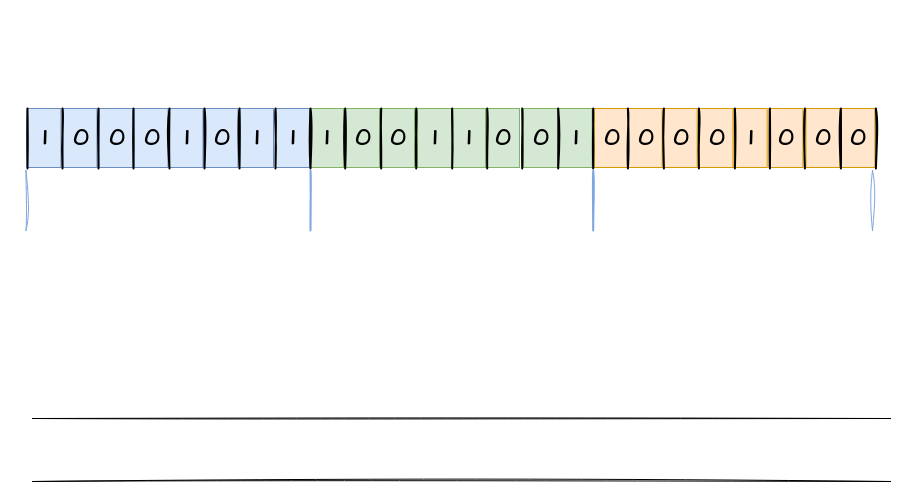
bitvcat/graphs keeps this draw.io diagram as draw.io/mov-instruction.drawio. Above is the earlier version. Source tidied: cells renumbered, new cells numbered last; positions are measured from the earlier drawing's top-left corner, leaving out a move shared by most shapes. Both pictures are drawn from the tidied source at 100%, with x=0, y=0 at pixel (22, 108).
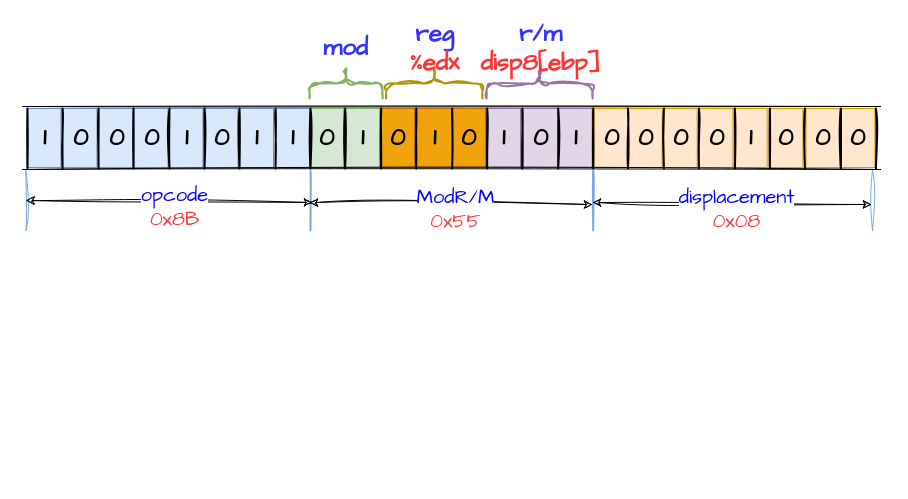
The same diagram, later.

The change refers to these unchanged cells:
```xml
<mxCell id="52" style="shape=partialRectangle;whiteSpace=wrap;html=1;bottom=0;top=0;fillColor=none;sketch=1;hachureGap=4;jiggle=2;fontFamily=Architects Daughter;fontSize=20;strokeColor=#7EA6E0;" parent="1" vertex="1">
  <mxGeometry x="3.5" y="62" width="846.5" height="60" as="geometry" />
</mxCell>
<mxCell id="53" style="line;strokeWidth=2;direction=south;html=1;sketch=1;rounded=0;strokeColor=#7EA6E0;" parent="1" vertex="1">
  <mxGeometry x="283" y="62" width="10" height="60" as="geometry" />
</mxCell>
```

Change to the diagram source:
```diff
@@
-    <mxCell id="10" value="1" style="text;strokeColor=#82b366;fillColor=#d5e8d4;html=1;fontSize=24;fontStyle=1;verticalAlign=middle;align=center;sketch=0;hachureGap=4;jiggle=2;fontFamily=Architects Daughter;" parent="1" vertex="1">
+    <mxCell id="10" value="1" style="text;strokeColor=#9673a6;fillColor=#e1d5e7;html=1;fontSize=24;fontStyle=1;verticalAlign=middle;align=center;sketch=0;hachureGap=4;jiggle=2;fontFamily=Architects Daughter;" parent="1" vertex="1">
       <mxGeometry x="535.7" width="34" height="59" as="geometry" />
     </mxCell>
-    <mxCell id="11" value="0" style="text;strokeColor=#82b366;fillColor=#d5e8d4;html=1;fontSize=24;fontStyle=1;verticalAlign=middle;align=center;sketch=0;hachureGap=4;jiggle=2;fontFamily=Architects Daughter;" parent="1" vertex="1">
+    <mxCell id="11" value="0" style="text;strokeColor=#9673a6;fillColor=#e1d5e7;html=1;fontSize=24;fontStyle=1;verticalAlign=middle;align=center;sketch=0;hachureGap=4;jiggle=2;fontFamily=Architects Daughter;" parent="1" vertex="1">
       <mxGeometry x="501" width="34" height="59" as="geometry" />
     </mxCell>
-    <mxCell id="12" value="0" style="text;strokeColor=#82b366;fillColor=#d5e8d4;html=1;fontSize=24;fontStyle=1;verticalAlign=middle;align=center;sketch=0;hachureGap=4;jiggle=2;fontFamily=Architects Daughter;" parent="1" vertex="1">
-      <mxGeometry x="463" width="34" height="59" as="geometry" />
+    <mxCell id="12" value="1" style="text;strokeColor=#9673a6;fillColor=#e1d5e7;html=1;fontSize=24;fontStyle=1;verticalAlign=middle;align=center;sketch=0;hachureGap=4;jiggle=2;fontFamily=Architects Daughter;" parent="1" vertex="1">
+      <mxGeometry x="464" width="34" height="59" as="geometry" />
     </mxCell>
-    <mxCell id="13" value="1" style="text;strokeColor=#82b366;fillColor=#d5e8d4;html=1;fontSize=24;fontStyle=1;verticalAlign=middle;align=center;sketch=0;hachureGap=4;jiggle=2;fontFamily=Architects Daughter;" parent="1" vertex="1">
+    <mxCell id="13" value="0" style="text;strokeColor=#BD7000;fillColor=#f0a30a;html=1;fontSize=24;fontStyle=1;verticalAlign=middle;align=center;sketch=0;hachureGap=4;jiggle=2;fontFamily=Architects Daughter;fontColor=#000000;" parent="1" vertex="1">
       <mxGeometry x="429" width="34" height="59" as="geometry" />
     </mxCell>
-    <mxCell id="14" value="0" style="text;strokeColor=#82b366;fillColor=#d5e8d4;html=1;fontSize=24;fontStyle=1;verticalAlign=middle;align=center;sketch=0;hachureGap=4;jiggle=2;fontFamily=Architects Daughter;" parent="1" vertex="1">
+    <mxCell id="14" value="0" style="text;strokeColor=#BD7000;fillColor=#f0a30a;html=1;fontSize=24;fontStyle=1;verticalAlign=middle;align=center;sketch=0;hachureGap=4;jiggle=2;fontFamily=Architects Daughter;fontColor=#000000;" parent="1" vertex="1">
       <mxGeometry x="358" width="34" height="59" as="geometry" />
     </mxCell>
-    <mxCell id="15" value="1" style="text;strokeColor=#82b366;fillColor=#d5e8d4;html=1;fontSize=24;fontStyle=1;verticalAlign=middle;align=center;sketch=0;hachureGap=4;jiggle=2;fontFamily=Architects Daughter;" parent="1" vertex="1">
-      <mxGeometry x="395" width="34" height="59" as="geometry" />
+    <mxCell id="15" value="1" style="text;strokeColor=#BD7000;fillColor=#f0a30a;html=1;fontSize=24;fontStyle=1;verticalAlign=middle;align=center;sketch=0;hachureGap=4;jiggle=2;fontFamily=Architects Daughter;fontColor=#000000;" parent="1" vertex="1">
+      <mxGeometry x="394" width="36" height="59" as="geometry" />
     </mxCell>
-    <mxCell id="16" value="0" style="text;strokeColor=#82b366;fillColor=#d5e8d4;html=1;fontSize=24;fontStyle=1;verticalAlign=middle;align=center;sketch=0;hachureGap=4;jiggle=2;fontFamily=Architects Daughter;" parent="1" vertex="1">
+    <mxCell id="16" value="1" style="text;strokeColor=#82b366;fillColor=#d5e8d4;html=1;fontSize=24;fontStyle=1;verticalAlign=middle;align=center;sketch=0;hachureGap=4;jiggle=2;fontFamily=Architects Daughter;" parent="1" vertex="1">
       <mxGeometry x="323" width="34" height="59" as="geometry" />
     </mxCell>
-    <mxCell id="17" value="1" style="text;strokeColor=#82b366;fillColor=#d5e8d4;html=1;fontSize=24;fontStyle=1;verticalAlign=middle;align=center;sketch=0;hachureGap=4;jiggle=2;fontFamily=Architects Daughter;" parent="1" vertex="1">
+    <mxCell id="17" value="0" style="text;strokeColor=#82b366;fillColor=#d5e8d4;html=1;fontSize=24;fontStyle=1;verticalAlign=middle;align=center;sketch=0;hachureGap=4;jiggle=2;fontFamily=Architects Daughter;" parent="1" vertex="1">
       <mxGeometry x="287" width="34" height="59" as="geometry" />
     </mxCell>
@@
     <mxCell id="26" style="shape=partialRectangle;whiteSpace=wrap;html=1;left=0;right=0;fillColor=none;sketch=1;rounded=0;" parent="1" vertex="1">
-      <mxGeometry x="10" y="310" width="858" height="63" as="geometry" />
+      <mxGeometry y="-2" width="858" height="63" as="geometry" />
     </mxCell>
@@
+    <mxCell id="55" style="endArrow=classic;startArrow=classic;html=1;sketch=1;hachureGap=4;jiggle=2;fontFamily=Architects Daughter;fontSize=16;exitX=0;exitY=0.5;exitDx=0;exitDy=0;entryX=0.533;entryY=0.3;entryDx=0;entryDy=0;entryPerimeter=0;" parent="1" edge="1" source="52" target="53">
+      <mxGeometry relative="1" as="geometry" />
+    </mxCell>
+    <mxCell id="56" value="&lt;font color=&quot;#0000ff&quot;&gt;opcode&lt;/font&gt;&lt;br&gt;&lt;font color=&quot;#ff3333&quot;&gt;0x8B&lt;/font&gt;" style="edgeLabel;html=1;align=center;verticalAlign=middle;fontSize=20;fontFamily=Architects Daughter;" parent="55" vertex="1">
+      <mxGeometry x="0.06" y="-4" relative="1" as="geometry">
+        <mxPoint x="-4" as="offset" />
+      </mxGeometry>
+    </mxCell>
+    <mxCell id="57" style="endArrow=classic;startArrow=classic;html=1;sketch=1;hachureGap=4;jiggle=2;fontFamily=Architects Daughter;fontSize=16;exitX=0;exitY=0.5;exitDx=0;exitDy=0;entryX=0.533;entryY=0.3;entryDx=0;entryDy=0;entryPerimeter=0;" parent="1" edge="1">
+      <mxGeometry relative="1" as="geometry">
+        <mxPoint x="287" y="94" as="sourcePoint" />
+        <mxPoint x="570" y="96" as="targetPoint" />
+      </mxGeometry>
+    </mxCell>
+    <mxCell id="58" value="&lt;font color=&quot;#0000ff&quot;&gt;ModR/M&lt;/font&gt;&lt;br&gt;&lt;font color=&quot;#ff3333&quot;&gt;0x55&lt;/font&gt;" style="edgeLabel;html=1;align=center;verticalAlign=middle;fontSize=20;fontFamily=Architects Daughter;" parent="57" vertex="1">
+      <mxGeometry x="0.06" y="-4" relative="1" as="geometry">
+        <mxPoint x="-4" as="offset" />
+      </mxGeometry>
+    </mxCell>
+    <mxCell id="59" style="endArrow=classic;startArrow=classic;html=1;sketch=1;hachureGap=4;jiggle=2;fontFamily=Architects Daughter;fontSize=16;exitX=0;exitY=0.5;exitDx=0;exitDy=0;entryX=0.533;entryY=0.3;entryDx=0;entryDy=0;entryPerimeter=0;" parent="1" edge="1">
+      <mxGeometry relative="1" as="geometry">
+        <mxPoint x="570" y="94" as="sourcePoint" />
+        <mxPoint x="849" y="96" as="targetPoint" />
+      </mxGeometry>
+    </mxCell>
+    <mxCell id="60" value="&lt;font color=&quot;#0000ff&quot;&gt;displacement&lt;/font&gt;&lt;br&gt;&lt;font color=&quot;#ff3333&quot;&gt;0x08&lt;/font&gt;" style="edgeLabel;html=1;align=center;verticalAlign=middle;fontSize=20;fontFamily=Architects Daughter;" parent="59" vertex="1">
+      <mxGeometry x="0.06" y="-4" relative="1" as="geometry">
+        <mxPoint x="-4" as="offset" />
+      </mxGeometry>
+    </mxCell>
+    <mxCell id="61" style="shape=curlyBracket;whiteSpace=wrap;html=1;rounded=1;flipH=1;labelPosition=right;verticalLabelPosition=middle;align=left;verticalAlign=middle;sketch=1;hachureGap=4;jiggle=2;strokeColor=#82b366;fontFamily=Architects Daughter;fontSize=20;fillColor=#d5e8d4;direction=south;size=0.5;strokeWidth=2;" parent="1" vertex="1">
+      <mxGeometry x="287" y="-40" width="73" height="30" as="geometry" />
+    </mxCell>
+    <mxCell id="62" style="shape=curlyBracket;whiteSpace=wrap;html=1;rounded=1;flipH=1;labelPosition=right;verticalLabelPosition=middle;align=left;verticalAlign=middle;sketch=1;hachureGap=4;jiggle=2;strokeColor=#B09500;fontFamily=Architects Daughter;fontSize=20;fontColor=#000000;fillColor=#e3c800;direction=south;size=0.5;strokeWidth=2;" parent="1" vertex="1">
+      <mxGeometry x="363.7" y="-40" width="96.3" height="30" as="geometry" />
+    </mxCell>
+    <mxCell id="63" style="shape=curlyBracket;whiteSpace=wrap;html=1;rounded=1;flipH=1;labelPosition=right;verticalLabelPosition=middle;align=left;verticalAlign=middle;sketch=1;hachureGap=4;jiggle=2;strokeColor=#9673a6;fontFamily=Architects Daughter;fontSize=20;fillColor=#e1d5e7;direction=south;size=0.5;strokeWidth=2;" parent="1" vertex="1">
+      <mxGeometry x="464" y="-40" width="106" height="30" as="geometry" />
+    </mxCell>
+    <mxCell id="64" value="&lt;font color=&quot;#3333ff&quot;&gt;mod&lt;/font&gt;" style="text;strokeColor=none;fillColor=none;html=1;fontSize=24;fontStyle=1;verticalAlign=middle;align=center;sketch=1;hachureGap=4;jiggle=2;strokeWidth=2;fontFamily=Architects Daughter;fontColor=#FF3333;" parent="1" vertex="1">
+      <mxGeometry x="279.7" y="-80" width="86" height="40" as="geometry" />
+    </mxCell>
+    <mxCell id="65" value="&lt;font color=&quot;#3333ff&quot;&gt;reg&lt;br&gt;&lt;/font&gt;%edx" style="text;strokeColor=none;fillColor=none;html=1;fontSize=24;fontStyle=1;verticalAlign=middle;align=center;sketch=1;hachureGap=4;jiggle=2;strokeWidth=2;fontFamily=Architects Daughter;fontColor=#FF3333;" parent="1" vertex="1">
+      <mxGeometry x="369" y="-80" width="86" height="40" as="geometry" />
+    </mxCell>
+    <mxCell id="66" value="&lt;font color=&quot;#3333ff&quot;&gt;r/m&lt;/font&gt;&lt;br&gt;disp8[ebp]" style="text;strokeColor=none;fillColor=none;html=1;fontSize=24;fontStyle=1;verticalAlign=middle;align=center;sketch=1;hachureGap=4;jiggle=2;strokeWidth=2;fontFamily=Architects Daughter;fontColor=#FF3333;" parent="1" vertex="1">
+      <mxGeometry x="475" y="-80" width="86" height="40" as="geometry" />
+    </mxCell>
```
